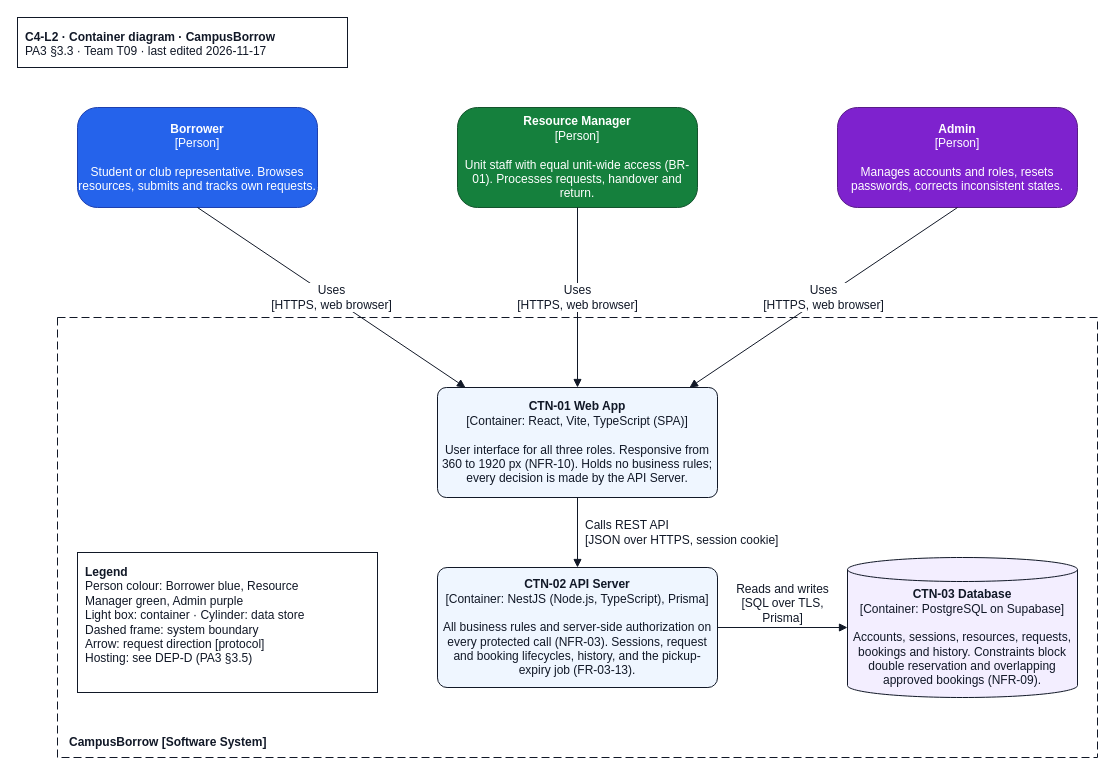
JuliaTrang/T09-CampusBorrow keeps this draw.io diagram as docs/design/diagrams/C4-L2_container.drawio. Above is the earlier version. Source tidied: cells renumbered, new cells numbered last; positions are measured from the earlier drawing's top-left corner, leaving out a move shared by most shapes. Both pictures are drawn from the tidied source at 100%, with x=0, y=0 at pixel (17, 17).
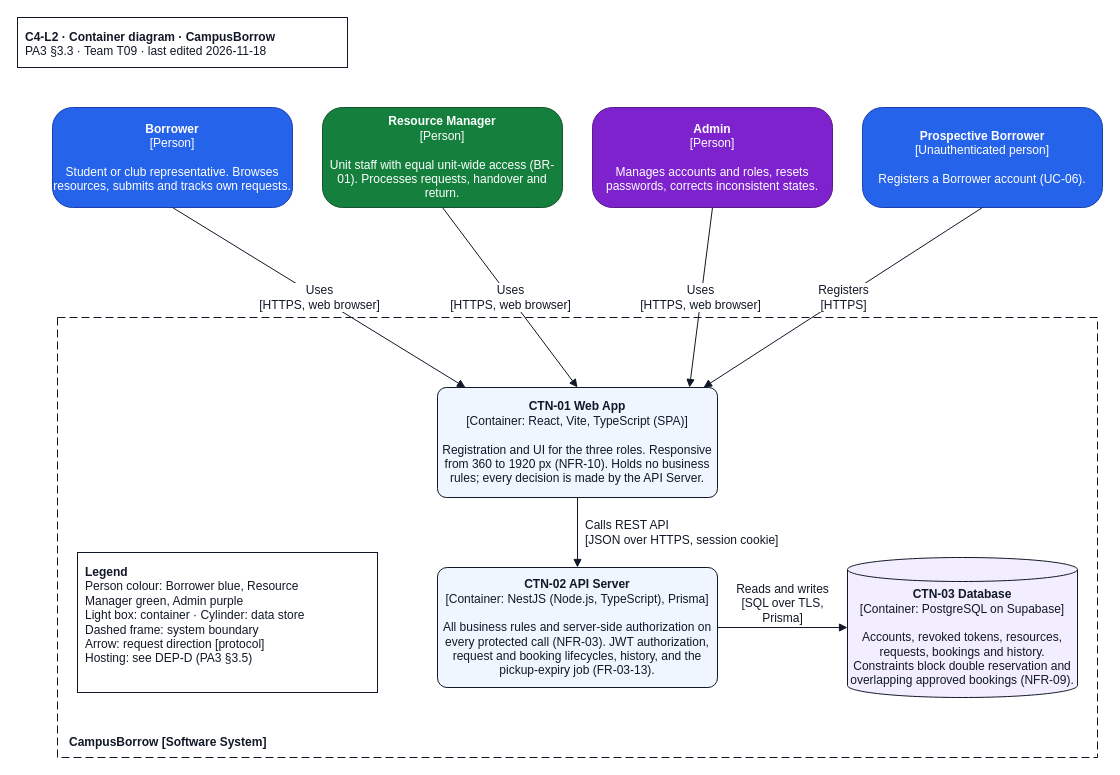
After the change.

Diff of the diagram source:
```diff
@@
 <mxGraphModel background="#FFFFFF">
   <root>
     <mxCell id="0" />
     <mxCell id="1" parent="0" />
-    <mxCell id="2" value="&lt;b&gt;C4-L2 · Container diagram · CampusBorrow&lt;/b&gt;&lt;br&gt;PA3 §3.3 · Team T09 · last edited 2026-11-17" style="text;html=1;align=left;verticalAlign=top;fontFamily=Arial;fontSize=12;fontColor=#111827;strokeColor=#111827;fillColor=#FFFFFF;spacing=8;" parent="1" vertex="1">
+    <mxCell id="2" value="&lt;b&gt;C4-L2 · Container diagram · CampusBorrow&lt;/b&gt;&lt;br&gt;PA3 §3.3 · Team T09 · last edited 2026-11-18" style="text;html=1;align=left;verticalAlign=top;fontFamily=Arial;fontSize=12;fontColor=#111827;strokeColor=#111827;fillColor=#FFFFFF;spacing=8;" parent="1" vertex="1">
       <mxGeometry width="330" height="50" as="geometry" />
     </mxCell>
     <mxCell id="3" value="&lt;b&gt;Borrower&lt;/b&gt;&lt;br&gt;[Person]&lt;br&gt;&lt;br&gt;Student or club representative. Browses resources, submits and tracks own requests." style="rounded=1;arcSize=20;whiteSpace=wrap;html=1;fontFamily=Arial;fontSize=12;fillColor=#2563EB;strokeColor=#1E40AF;fontColor=#FFFFFF;" parent="1" vertex="1">
-      <mxGeometry x="60" y="90" width="240" height="100" as="geometry" />
+      <mxGeometry x="35" y="90" width="240" height="100" as="geometry" />
     </mxCell>
     <mxCell id="4" value="&lt;b&gt;Resource Manager&lt;/b&gt;&lt;br&gt;[Person]&lt;br&gt;&lt;br&gt;Unit staff with equal unit-wide access (BR-01). Processes requests, handover and return." style="rounded=1;arcSize=20;whiteSpace=wrap;html=1;fontFamily=Arial;fontSize=12;fillColor=#15803D;strokeColor=#14532D;fontColor=#FFFFFF;" parent="1" vertex="1">
-      <mxGeometry x="440" y="90" width="240" height="100" as="geometry" />
+      <mxGeometry x="305" y="90" width="240" height="100" as="geometry" />
     </mxCell>
     <mxCell id="5" value="&lt;b&gt;Admin&lt;/b&gt;&lt;br&gt;[Person]&lt;br&gt;&lt;br&gt;Manages accounts and roles, resets passwords, corrects inconsistent states." style="rounded=1;arcSize=20;whiteSpace=wrap;html=1;fontFamily=Arial;fontSize=12;fillColor=#7E22CE;strokeColor=#581C87;fontColor=#FFFFFF;" parent="1" vertex="1">
-      <mxGeometry x="820" y="90" width="240" height="100" as="geometry" />
+      <mxGeometry x="575" y="90" width="240" height="100" as="geometry" />
     </mxCell>
     <mxCell id="6" value="CampusBorrow [Software System]" style="rounded=0;whiteSpace=wrap;html=1;dashed=1;dashPattern=8 4;fillColor=none;strokeColor=#111827;fontFamily=Arial;fontSize=12;fontStyle=1;fontColor=#111827;verticalAlign=bottom;align=left;spacingLeft=10;spacingBottom=6;" parent="1" vertex="1">
       <mxGeometry x="40" y="300" width="1040" height="440" as="geometry" />
     </mxCell>
-    <mxCell id="7" value="&lt;b&gt;CTN-01 Web App&lt;/b&gt;&lt;br&gt;[Container: React, Vite, TypeScript (SPA)]&lt;br&gt;&lt;br&gt;User interface for all three roles. Responsive from 360 to 1920 px (NFR-10). Holds no business rules; every decision is made by the API Server." style="rounded=1;arcSize=8;whiteSpace=wrap;html=1;fontFamily=Arial;fontSize=12;fillColor=#EFF6FF;strokeColor=#111827;fontColor=#111827;" parent="6" vertex="1">
+    <mxCell id="7" value="&lt;b&gt;CTN-01 Web App&lt;/b&gt;&lt;br&gt;[Container: React, Vite, TypeScript (SPA)]&lt;br&gt;&lt;br&gt;Registration and UI for the three roles. Responsive from 360 to 1920 px (NFR-10). Holds no business rules; every decision is made by the API Server." style="rounded=1;arcSize=8;whiteSpace=wrap;html=1;fontFamily=Arial;fontSize=12;fillColor=#EFF6FF;strokeColor=#111827;fontColor=#111827;" parent="6" vertex="1">
       <mxGeometry x="380" y="70" width="280" height="110" as="geometry" />
     </mxCell>
-    <mxCell id="8" value="&lt;b&gt;CTN-02 API Server&lt;/b&gt;&lt;br&gt;[Container: NestJS (Node.js, TypeScript), Prisma]&lt;br&gt;&lt;br&gt;All business rules and server-side authorization on every protected call (NFR-03). Sessions, request and booking lifecycles, history, and the pickup-expiry job (FR-03-13)." style="rounded=1;arcSize=8;whiteSpace=wrap;html=1;fontFamily=Arial;fontSize=12;fillColor=#EFF6FF;strokeColor=#111827;fontColor=#111827;" parent="6" vertex="1">
+    <mxCell id="8" value="&lt;b&gt;CTN-02 API Server&lt;/b&gt;&lt;br&gt;[Container: NestJS (Node.js, TypeScript), Prisma]&lt;br&gt;&lt;br&gt;All business rules and server-side authorization on every protected call (NFR-03). JWT authorization, request and booking lifecycles, history, and the pickup-expiry job (FR-03-13)." style="rounded=1;arcSize=8;whiteSpace=wrap;html=1;fontFamily=Arial;fontSize=12;fillColor=#EFF6FF;strokeColor=#111827;fontColor=#111827;" parent="6" vertex="1">
       <mxGeometry x="380" y="250" width="280" height="120" as="geometry" />
     </mxCell>
-    <mxCell id="9" value="&lt;b&gt;CTN-03 Database&lt;/b&gt;&lt;br&gt;[Container: PostgreSQL on Supabase]&lt;br&gt;&lt;br&gt;Accounts, sessions, resources, requests, bookings and history. Constraints block double reservation and overlapping approved bookings (NFR-09)." style="shape=cylinder3;whiteSpace=wrap;html=1;boundedLbl=1;backgroundOutline=1;size=12;fontFamily=Arial;fontSize=12;fillColor=#F3EEFF;strokeColor=#111827;fontColor=#111827;" parent="6" vertex="1">
+    <mxCell id="9" value="&lt;b&gt;CTN-03 Database&lt;/b&gt;&lt;br&gt;[Container: PostgreSQL on Supabase]&lt;br&gt;&lt;br&gt;Accounts, revoked tokens, resources, requests, bookings and history. Constraints block double reservation and overlapping approved bookings (NFR-09)." style="shape=cylinder3;whiteSpace=wrap;html=1;boundedLbl=1;backgroundOutline=1;size=12;fontFamily=Arial;fontSize=12;fillColor=#F3EEFF;strokeColor=#111827;fontColor=#111827;" parent="6" vertex="1">
       <mxGeometry x="790" y="240" width="230" height="140" as="geometry" />
     </mxCell>
     <mxCell id="10" value="&lt;b&gt;Legend&lt;/b&gt;&lt;br&gt;Person colour: Borrower blue, Resource&lt;br&gt;Manager green, Admin purple&lt;br&gt;Light box: container · Cylinder: data store&lt;br&gt;Dashed frame: system boundary&lt;br&gt;Arrow: request direction [protocol]&lt;br&gt;Hosting: see DEP-D (PA3 §3.5)" style="text;html=1;align=left;verticalAlign=top;fontFamily=Arial;fontSize=12;fontColor=#111827;strokeColor=#111827;fillColor=#FFFFFF;spacing=8;" parent="6" vertex="1">
       <mxGeometry x="20" y="235" width="300" height="140" as="geometry" />
     </mxCell>
     <mxCell id="11" value="Uses&lt;br&gt;[HTTPS, web browser]" style="html=1;strokeColor=#111827;fontFamily=Arial;fontSize=12;fontColor=#111827;endArrow=block;endFill=1;labelBackgroundColor=#FFFFFF;exitX=0.5;exitY=1;entryX=0.1;entryY=0;" parent="1" edge="1" source="3" target="7">
       <mxGeometry relative="1" as="geometry" />
     </mxCell>
     <mxCell id="12" value="Uses&lt;br&gt;[HTTPS, web browser]" style="html=1;strokeColor=#111827;fontFamily=Arial;fontSize=12;fontColor=#111827;endArrow=block;endFill=1;labelBackgroundColor=#FFFFFF;exitX=0.5;exitY=1;entryX=0.5;entryY=0;" parent="1" edge="1" source="4" target="7">
       <mxGeometry relative="1" as="geometry" />
     </mxCell>
     <mxCell id="13" value="Uses&lt;br&gt;[HTTPS, web browser]" style="html=1;strokeColor=#111827;fontFamily=Arial;fontSize=12;fontColor=#111827;endArrow=block;endFill=1;labelBackgroundColor=#FFFFFF;exitX=0.5;exitY=1;entryX=0.9;entryY=0;" parent="1" edge="1" source="5" target="7">
       <mxGeometry relative="1" as="geometry" />
     </mxCell>
     <mxCell id="14" value="Calls REST API&lt;br&gt;[JSON over HTTPS, session cookie]" style="edgeStyle=orthogonalEdgeStyle;rounded=1;html=1;strokeColor=#111827;fontFamily=Arial;fontSize=12;fontColor=#111827;endArrow=block;endFill=1;labelBackgroundColor=#FFFFFF;labelPosition=right;align=left;spacingLeft=6;" parent="6" edge="1" source="7" target="8">
       <mxGeometry relative="1" as="geometry" />
     </mxCell>
     <mxCell id="15" value="Reads and writes&lt;br&gt;[SQL over TLS,&lt;br&gt;Prisma]" style="verticalAlign=bottom;edgeStyle=orthogonalEdgeStyle;rounded=1;html=1;strokeColor=#111827;fontFamily=Arial;fontSize=12;fontColor=#111827;endArrow=block;endFill=1;labelBackgroundColor=#FFFFFF;" parent="6" edge="1" source="8" target="9">
       <mxGeometry relative="1" as="geometry" />
     </mxCell>
+    <mxCell id="16" value="&lt;b&gt;Prospective Borrower&lt;/b&gt;&lt;br&gt;[Unauthenticated person]&lt;br&gt;&lt;br&gt;Registers a Borrower account (UC-06)." style="rounded=1;arcSize=20;whiteSpace=wrap;html=1;fontFamily=Arial;fontSize=12;fillColor=#2563EB;strokeColor=#1E40AF;fontColor=#FFFFFF;" parent="1" vertex="1">
+      <mxGeometry x="845" y="90" width="240" height="100" as="geometry" />
+    </mxCell>
+    <mxCell id="17" value="Registers&lt;br&gt;[HTTPS]" style="html=1;strokeColor=#111827;fontFamily=Arial;fontSize=12;fontColor=#111827;endArrow=block;endFill=1;labelBackgroundColor=#FFFFFF;exitX=0.5;exitY=1;entryX=0.95;entryY=0;" parent="1" edge="1" source="16" target="7">
+      <mxGeometry relative="1" as="geometry" />
+    </mxCell>
   </root>
 </mxGraphModel>
```
